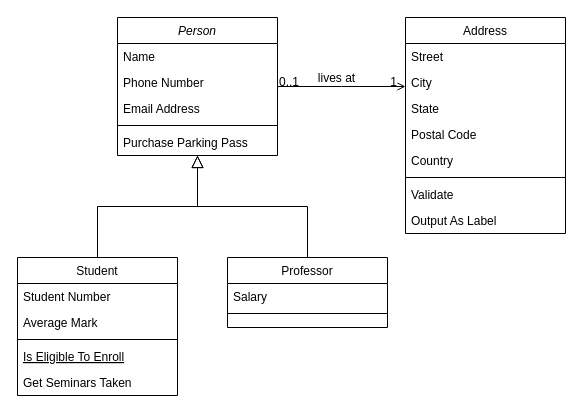
Earlier version of the draw.io diagram Análise e Projetos Orientados a Objetos/Diagrama sem nome.drawio (Krittz/IFTM-ADS). Source tidied: cells renumbered, new cells numbered last; positions are measured from the earlier drawing's top-left corner, leaving out a move shared by most shapes. Both pictures are drawn from the tidied source at 100%, with x=0, y=0 at pixel (17, 17).
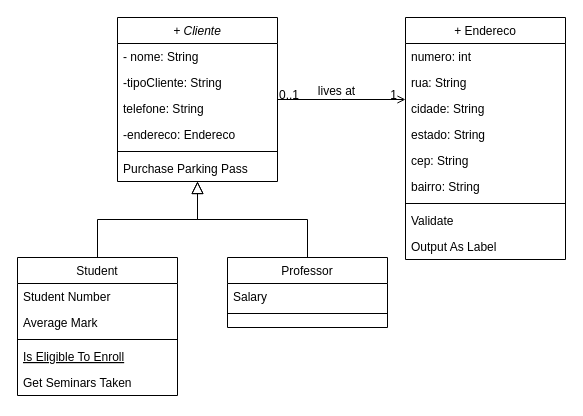
The same diagram, later.

What changed in the source:
```diff
@@
-    <mxCell id="2" value="Person" style="swimlane;fontStyle=2;align=center;verticalAlign=top;horizontal=1;startSize=26;rounded=0;shadow=0;strokeWidth=1;" parent="1" vertex="1">
-      <mxGeometry x="100" width="160" height="138" as="geometry" />
+    <mxCell id="2" value="+ Cliente" style="swimlane;fontStyle=2;align=center;verticalAlign=top;horizontal=1;startSize=26;rounded=0;shadow=0;strokeWidth=1;" parent="1" vertex="1">
+      <mxGeometry x="100" width="160" height="164" as="geometry" />
     </mxCell>
-    <mxCell id="3" value="Name" style="text;align=left;verticalAlign=top;spacingLeft=4;spacingRight=4;overflow=hidden;" parent="2" vertex="1">
+    <mxCell id="3" value="- nome: String" style="text;align=left;verticalAlign=top;spacingLeft=4;spacingRight=4;overflow=hidden;" parent="2" vertex="1">
       <mxGeometry y="26" width="160" height="26" as="geometry" />
     </mxCell>
-    <mxCell id="4" value="Phone Number" style="text;align=left;verticalAlign=top;spacingLeft=4;spacingRight=4;overflow=hidden;rounded=0;shadow=0;html=0;" parent="2" vertex="1">
-      <mxGeometry y="52" width="160" height="26" as="geometry" />
-    </mxCell>
-    <mxCell id="5" value="Email Address" style="text;align=left;verticalAlign=top;spacingLeft=4;spacingRight=4;overflow=hidden;rounded=0;shadow=0;html=0;" parent="2" vertex="1">
-      <mxGeometry y="78" width="160" height="26" as="geometry" />
-    </mxCell>
+    <mxCell id="32" value="-tipoCliente: String" style="text;align=left;verticalAlign=top;spacingLeft=4;spacingRight=4;overflow=hidden;rounded=0;shadow=0;html=0;" parent="2" vertex="1">
+      <mxGeometry y="52" width="160" height="26" as="geometry" />
+    </mxCell>
+    <mxCell id="33" value="telefone: String" style="text;align=left;verticalAlign=top;spacingLeft=4;spacingRight=4;overflow=hidden;rounded=0;shadow=0;html=0;" parent="2" vertex="1">
+      <mxGeometry y="78" width="160" height="26" as="geometry" />
+    </mxCell>
+    <mxCell id="34" value="-endereco: Endereco" style="text;align=left;verticalAlign=top;spacingLeft=4;spacingRight=4;overflow=hidden;rounded=0;shadow=0;html=0;" parent="2" vertex="1">
+      <mxGeometry y="104" width="160" height="26" as="geometry" />
+    </mxCell>
     <mxCell id="6" style="line;html=1;strokeWidth=1;align=left;verticalAlign=middle;spacingTop=-1;spacingLeft=3;spacingRight=3;labelPosition=right;" parent="2" vertex="1">
-      <mxGeometry y="104" width="160" height="8" as="geometry" />
+      <mxGeometry y="130" width="160" height="8" as="geometry" />
     </mxCell>
     <mxCell id="7" value="Purchase Parking Pass" style="text;align=left;verticalAlign=top;spacingLeft=4;spacingRight=4;overflow=hidden;" parent="2" vertex="1">
-      <mxGeometry y="112" width="160" height="26" as="geometry" />
+      <mxGeometry y="138" width="160" height="26" as="geometry" />
     </mxCell>
@@
-    <mxCell id="19" value="Address" style="swimlane;fontStyle=0;align=center;verticalAlign=top;horizontal=1;startSize=26;rounded=0;shadow=0;strokeWidth=1;" parent="1" vertex="1">
-      <mxGeometry x="388" width="160" height="216" as="geometry" />
+    <mxCell id="19" value="+ Endereco" style="swimlane;fontStyle=0;align=center;verticalAlign=top;horizontal=1;startSize=26;rounded=0;shadow=0;strokeWidth=1;" parent="1" vertex="1">
+      <mxGeometry x="388" width="160" height="242" as="geometry" />
     </mxCell>
+    <mxCell id="35" value="numero: int" style="text;align=left;verticalAlign=top;spacingLeft=4;spacingRight=4;overflow=hidden;rounded=0;shadow=0;html=0;" parent="19" vertex="1">
+      <mxGeometry y="26" width="160" height="26" as="geometry" />
+    </mxCell>
-    <mxCell id="20" value="Street" style="text;align=left;verticalAlign=top;spacingLeft=4;spacingRight=4;overflow=hidden;" parent="19" vertex="1">
-      <mxGeometry y="26" width="160" height="26" as="geometry" />
+    <mxCell id="20" value="rua: String" style="text;align=left;verticalAlign=top;spacingLeft=4;spacingRight=4;overflow=hidden;" parent="19" vertex="1">
+      <mxGeometry y="52" width="160" height="26" as="geometry" />
     </mxCell>
-    <mxCell id="21" value="City" style="text;align=left;verticalAlign=top;spacingLeft=4;spacingRight=4;overflow=hidden;rounded=0;shadow=0;html=0;" parent="19" vertex="1">
-      <mxGeometry y="52" width="160" height="26" as="geometry" />
+    <mxCell id="21" value="cidade: String" style="text;align=left;verticalAlign=top;spacingLeft=4;spacingRight=4;overflow=hidden;rounded=0;shadow=0;html=0;" parent="19" vertex="1">
+      <mxGeometry y="78" width="160" height="26" as="geometry" />
     </mxCell>
-    <mxCell id="22" value="State" style="text;align=left;verticalAlign=top;spacingLeft=4;spacingRight=4;overflow=hidden;rounded=0;shadow=0;html=0;" parent="19" vertex="1">
-      <mxGeometry y="78" width="160" height="26" as="geometry" />
+    <mxCell id="22" value="estado: String" style="text;align=left;verticalAlign=top;spacingLeft=4;spacingRight=4;overflow=hidden;rounded=0;shadow=0;html=0;" parent="19" vertex="1">
+      <mxGeometry y="104" width="160" height="26" as="geometry" />
     </mxCell>
-    <mxCell id="23" value="Postal Code" style="text;align=left;verticalAlign=top;spacingLeft=4;spacingRight=4;overflow=hidden;rounded=0;shadow=0;html=0;" parent="19" vertex="1">
-      <mxGeometry y="104" width="160" height="26" as="geometry" />
+    <mxCell id="23" value="cep: String" style="text;align=left;verticalAlign=top;spacingLeft=4;spacingRight=4;overflow=hidden;rounded=0;shadow=0;html=0;" parent="19" vertex="1">
+      <mxGeometry y="130" width="160" height="26" as="geometry" />
     </mxCell>
-    <mxCell id="24" value="Country" style="text;align=left;verticalAlign=top;spacingLeft=4;spacingRight=4;overflow=hidden;rounded=0;shadow=0;html=0;" parent="19" vertex="1">
-      <mxGeometry y="130" width="160" height="26" as="geometry" />
+    <mxCell id="24" value="bairro: String" style="text;align=left;verticalAlign=top;spacingLeft=4;spacingRight=4;overflow=hidden;rounded=0;shadow=0;html=0;" parent="19" vertex="1">
+      <mxGeometry y="156" width="160" height="26" as="geometry" />
     </mxCell>
     <mxCell id="25" style="line;html=1;strokeWidth=1;align=left;verticalAlign=middle;spacingTop=-1;spacingLeft=3;spacingRight=3;labelPosition=right;" parent="19" vertex="1">
-      <mxGeometry y="156" width="160" height="8" as="geometry" />
+      <mxGeometry y="182" width="160" height="8" as="geometry" />
     </mxCell>
     <mxCell id="26" value="Validate" style="text;align=left;verticalAlign=top;spacingLeft=4;spacingRight=4;overflow=hidden;" parent="19" vertex="1">
-      <mxGeometry y="164" width="160" height="26" as="geometry" />
+      <mxGeometry y="190" width="160" height="26" as="geometry" />
     </mxCell>
     <mxCell id="27" value="Output As Label" style="text;align=left;verticalAlign=top;spacingLeft=4;spacingRight=4;overflow=hidden;" parent="19" vertex="1">
-      <mxGeometry y="190" width="160" height="26" as="geometry" />
+      <mxGeometry y="216" width="160" height="26" as="geometry" />
     </mxCell>
```
